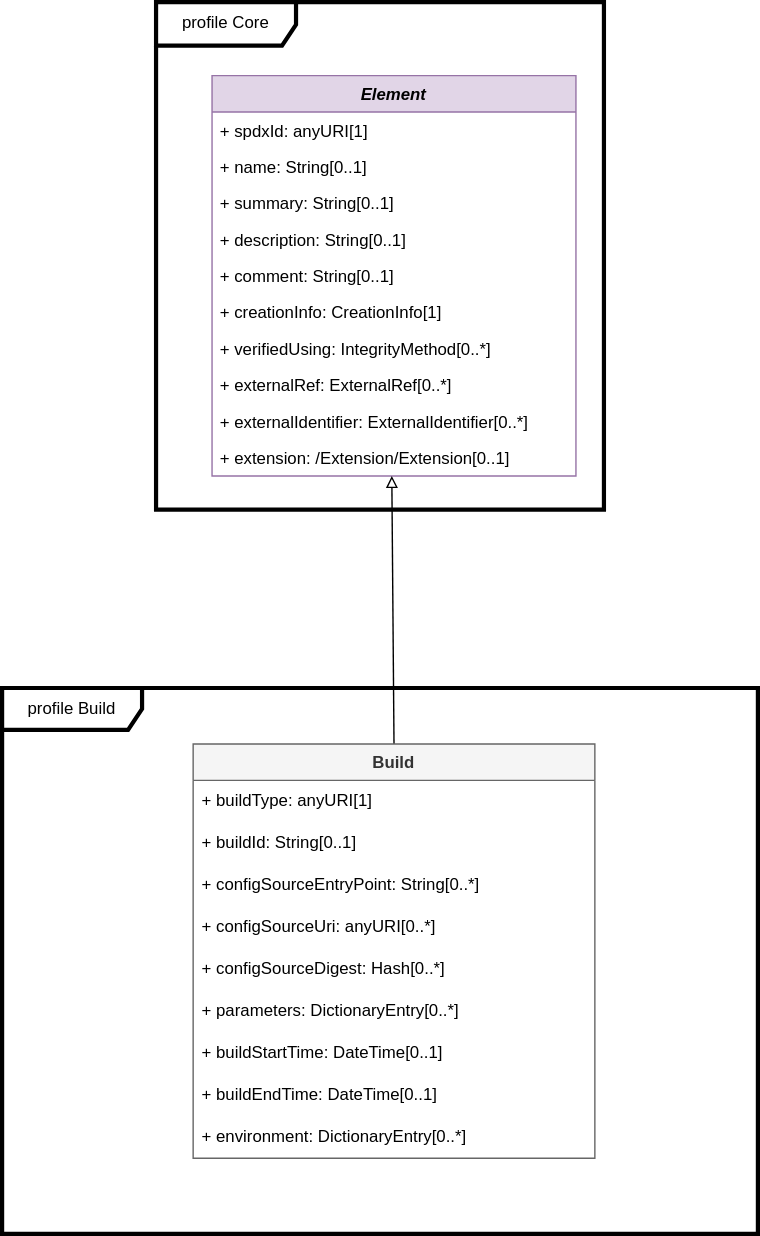
Before: images/model-build.svg, a diagram exported from draw.io (spdx/spdx-3-model). Source tidied: cells renumbered, new cells last; positions are measured from the earlier drawing's top-left corner, leaving out a move shared by most shapes.
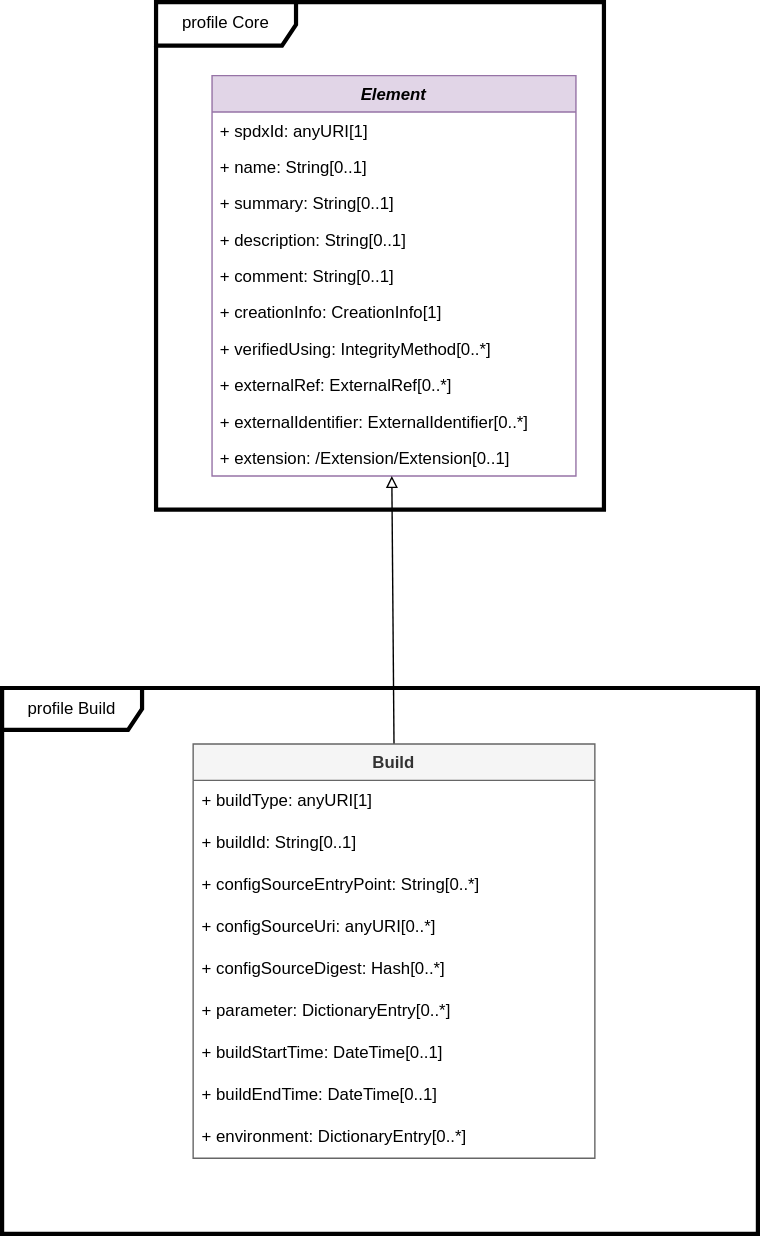
After the change.

Change to the diagram source:
```diff
@@ -62,7 +62,7 @@
     <mxCell id="21" value="+ configSourceDigest: Hash[0..*]" style="text;strokeColor=none;fillColor=none;align=left;verticalAlign=middle;spacingLeft=4;spacingRight=4;overflow=hidden;whiteSpace=wrap;html=1;" parent="16" vertex="1">
       <mxGeometry y="146" width="287" height="30" as="geometry" />
     </mxCell>
-    <mxCell id="22" value="+ parameters: DictionaryEntry[0..*]" style="text;strokeColor=none;fillColor=none;align=left;verticalAlign=middle;spacingLeft=4;spacingRight=4;overflow=hidden;whiteSpace=wrap;html=1;" parent="16" vertex="1">
+    <mxCell id="22" value="+ parameter: DictionaryEntry[0..*]" style="text;strokeColor=none;fillColor=none;align=left;verticalAlign=middle;spacingLeft=4;spacingRight=4;overflow=hidden;whiteSpace=wrap;html=1;" parent="16" vertex="1">
       <mxGeometry y="176" width="287" height="30" as="geometry" />
     </mxCell>
     <mxCell id="23" value="+ buildStartTime: DateTime[0..1]" style="text;strokeColor=none;fillColor=none;align=left;verticalAlign=middle;spacingLeft=4;spacingRight=4;overflow=hidden;whiteSpace=wrap;html=1;" parent="16" vertex="1">
```
